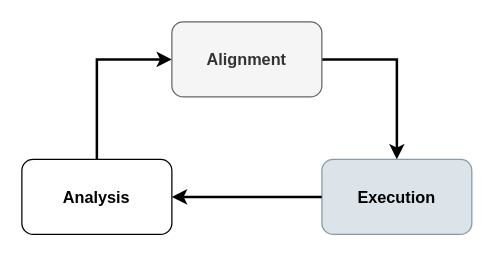
The draw.io diagram building-technical-vision.drawio in yusufaytas/yusufaytas, before the edit. Source tidied: cells renumbered, new cells numbered last; positions are measured from the earlier drawing's top-left corner, leaving out a move shared by most shapes. Both pictures are drawn from the tidied source at 125%, with x=0, y=0 at pixel (21, 21).
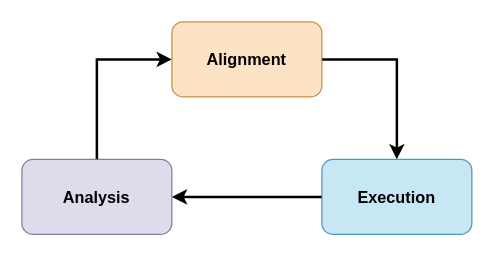
The same page after the edit.

Change to the diagram source:
```diff
@@
 <mxGraphModel>
   <root>
     <mxCell id="0" />
     <mxCell id="1" parent="0" />
     <mxCell id="2" style="edgeStyle=orthogonalEdgeStyle;rounded=0;jettySize=auto;html=1;entryX=0;entryY=0.5;entryDx=0;entryDy=0;strokeWidth=2;" parent="1" edge="1" source="3" target="5">
       <mxGeometry relative="1" as="geometry" />
     </mxCell>
-    <mxCell id="3" value="Analysis" style="rounded=1;whiteSpace=wrap;html=1;fontStyle=1;fontSize=13;" parent="1" vertex="1">
+    <mxCell id="3" value="Analysis" style="rounded=1;whiteSpace=wrap;html=1;fontStyle=1;fontSize=13;fillColor=#d0cee2;strokeColor=#56517e;opacity=70;" parent="1" vertex="1">
       <mxGeometry y="110" width="120" height="60" as="geometry" />
     </mxCell>
     <mxCell id="4" style="edgeStyle=orthogonalEdgeStyle;rounded=0;jettySize=auto;html=1;entryX=0.5;entryY=0;entryDx=0;entryDy=0;exitX=1;exitY=0.5;exitDx=0;exitDy=0;strokeWidth=2;" parent="1" edge="1" source="5" target="7">
       <mxGeometry relative="1" as="geometry" />
     </mxCell>
-    <mxCell id="5" value="Alignment" style="rounded=1;whiteSpace=wrap;html=1;fillColor=#f5f5f5;fontColor=#333333;strokeColor=#666666;fontStyle=1;fontSize=13;" parent="1" vertex="1">
+    <mxCell id="5" value="Alignment" style="rounded=1;whiteSpace=wrap;html=1;fillColor=#fad7ac;strokeColor=#b46504;fontStyle=1;fontSize=13;opacity=70;" parent="1" vertex="1">
       <mxGeometry x="120" width="120" height="60" as="geometry" />
     </mxCell>
     <mxCell id="6" style="edgeStyle=orthogonalEdgeStyle;rounded=0;jettySize=auto;html=1;entryX=1;entryY=0.5;entryDx=0;entryDy=0;strokeWidth=2;" parent="1" edge="1" source="7" target="3">
       <mxGeometry relative="1" as="geometry" />
     </mxCell>
-    <mxCell id="7" value="Execution" style="rounded=1;whiteSpace=wrap;html=1;fillColor=#bac8d3;strokeColor=#23445d;opacity=50;fontStyle=1;fontSize=13;" parent="1" vertex="1">
+    <mxCell id="7" value="Execution" style="rounded=1;whiteSpace=wrap;html=1;fillColor=#b1ddf0;strokeColor=#10739e;opacity=70;fontStyle=1;fontSize=13;" parent="1" vertex="1">
       <mxGeometry x="240" y="110" width="120" height="60" as="geometry" />
     </mxCell>
   </root>
 </mxGraphModel>
```
